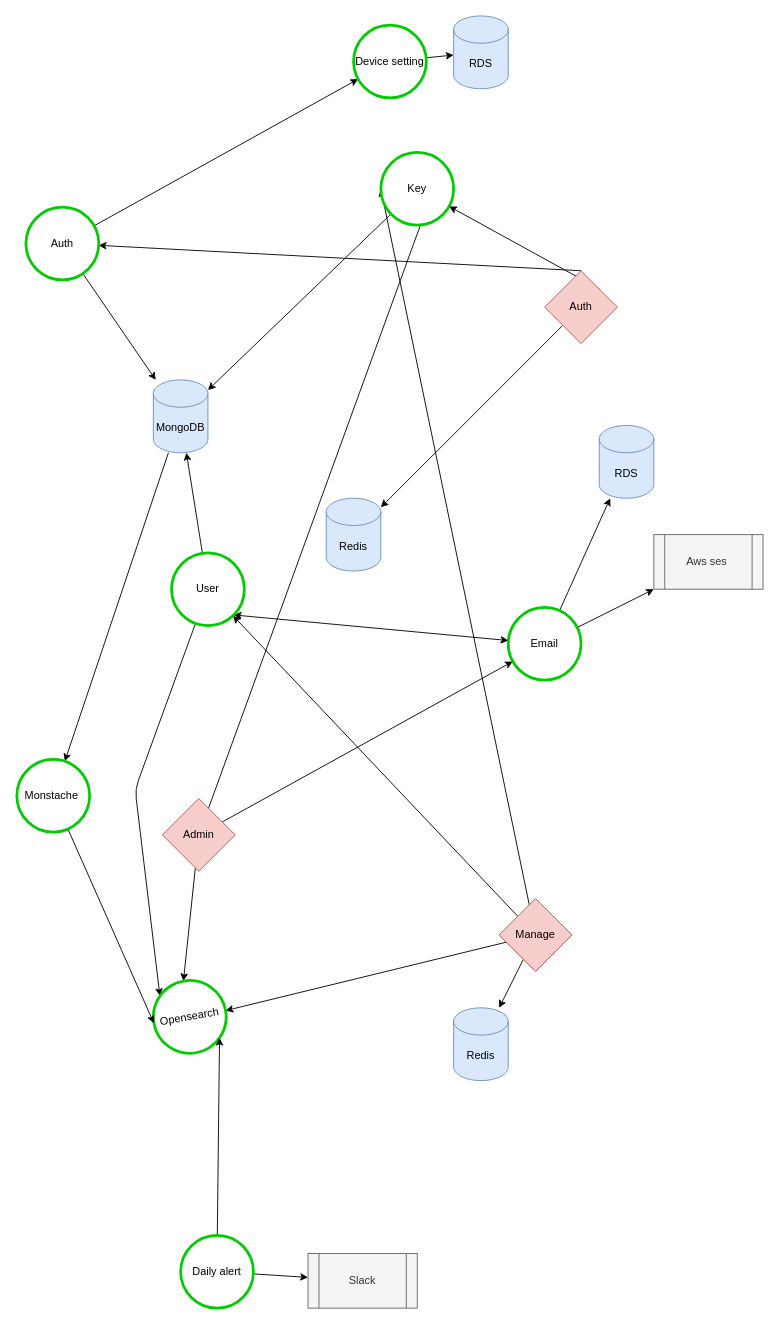
Before: Strangler architecture.drawio in code-xhyun/draw.io, a draw.io diagram. Source tidied: cells renumbered, new cells numbered last; positions are measured from the earlier drawing's top-left corner, leaving out a move shared by most shapes. Both pictures are drawn from the tidied source at 91%, with x=0, y=0 at pixel (16, 15).
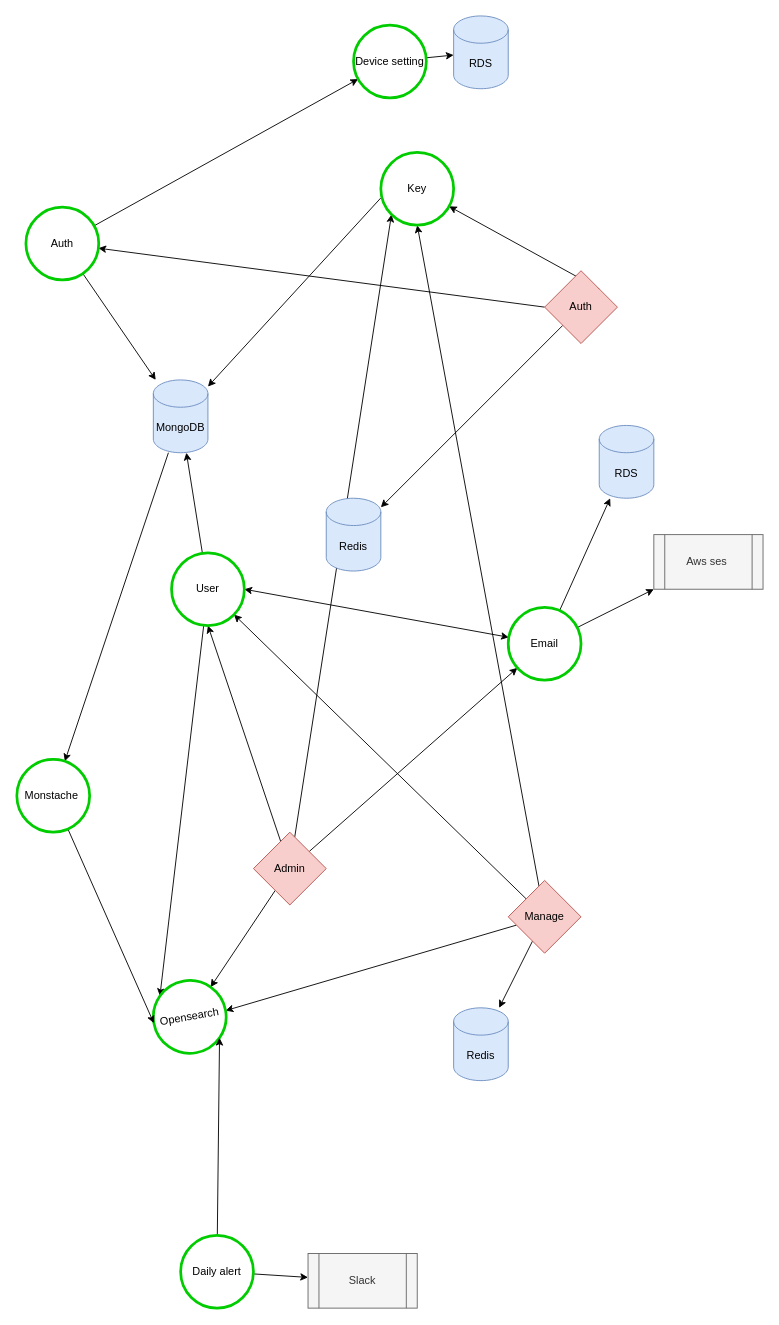
The same page after the edit.

The change refers to these unchanged cells:
```xml
<mxCell id="14" value="Auth" style="rhombus;whiteSpace=wrap;html=1;direction=west;rotation=0;fillColor=#f8cecc;strokeColor=#b85450;" parent="1" vertex="1">
  <mxGeometry x="580" y="280" width="80" height="80" as="geometry" />
</mxCell>
<mxCell id="18" value="Email" style="ellipse;whiteSpace=wrap;html=1;strokeColor=#00CC00;strokeWidth=3;" parent="1" vertex="1">
  <mxGeometry x="540" y="650" width="80" height="80" as="geometry" />
</mxCell>
<mxCell id="22" value="User" style="ellipse;whiteSpace=wrap;html=1;strokeColor=#00CC00;strokeWidth=3;" parent="1" vertex="1">
  <mxGeometry x="170" y="590" width="80" height="80" as="geometry" />
</mxCell>
<mxCell id="24" value="Key" style="ellipse;whiteSpace=wrap;html=1;direction=south;strokeColor=#00CC00;strokeWidth=3;" parent="1" vertex="1">
  <mxGeometry x="400" y="150" width="80" height="80" as="geometry" />
</mxCell>
<mxCell id="27" value="Auth" style="ellipse;whiteSpace=wrap;html=1;strokeColor=#00CC00;strokeWidth=3;" parent="1" vertex="1">
  <mxGeometry x="10" y="210" width="80" height="80" as="geometry" />
</mxCell>
<mxCell id="29" value="MongoDB" style="shape=cylinder3;whiteSpace=wrap;html=1;boundedLbl=1;backgroundOutline=1;size=15;fillColor=#dae8fc;strokeColor=#6c8ebf;" parent="1" vertex="1">
  <mxGeometry x="150" y="400" width="60" height="80" as="geometry" />
</mxCell>
<mxCell id="30" value="Opensearch" style="ellipse;whiteSpace=wrap;html=1;rotation=-10;strokeColor=#00CC00;strokeWidth=3;" parent="1" vertex="1">
  <mxGeometry x="150" y="1060" width="80" height="80" as="geometry" />
</mxCell>
```

Change to the diagram source:
```diff
@@
-    <mxCell id="3" style="rounded=0;jettySize=auto;html=1;entryX=0.5;entryY=0;entryDx=0;entryDy=0;elbow=vertical;" parent="1" edge="1" source="5" target="30">
+    <mxCell id="3" style="rounded=0;jettySize=auto;html=1;entryX=1;entryY=0;entryDx=0;entryDy=0;elbow=vertical;" parent="1" edge="1" source="5" target="30">
       <mxGeometry relative="1" as="geometry" />
     </mxCell>
-    <mxCell id="4" style="rounded=0;jettySize=auto;html=1;entryX=0;entryY=0;entryDx=0;entryDy=0;" parent="1" edge="1" source="5" target="24">
+    <mxCell id="4" style="rounded=0;jettySize=auto;html=1;entryX=1;entryY=1;entryDx=0;entryDy=0;" parent="1" edge="1" source="5" target="24">
       <mxGeometry relative="1" as="geometry" />
     </mxCell>
+    <mxCell id="43" style="edgeStyle=none;jettySize=auto;html=1;entryX=0.5;entryY=1;entryDx=0;entryDy=0;startArrow=none;startFill=0;elbow=vertical;" parent="1" edge="1" source="5" target="22">
+      <mxGeometry relative="1" as="geometry" />
+    </mxCell>
     <mxCell id="5" value="Admin" style="rhombus;whiteSpace=wrap;html=1;fillColor=#f8cecc;strokeColor=#b85450;" parent="1" vertex="1">
-      <mxGeometry x="160" y="860" width="80" height="80" as="geometry" />
+      <mxGeometry x="260" y="897" width="80" height="80" as="geometry" />
     </mxCell>
@@
-    <mxCell id="7" style="edgeStyle=none;jettySize=auto;html=1;entryX=0.5;entryY=1;entryDx=0;entryDy=0;startArrow=none;startFill=0;elbow=vertical;" parent="1" edge="1" source="10" target="24">
+    <mxCell id="7" style="edgeStyle=none;jettySize=auto;html=1;entryX=1;entryY=0.5;entryDx=0;entryDy=0;startArrow=none;startFill=0;elbow=vertical;" parent="1" edge="1" source="10" target="24">
       <mxGeometry relative="1" as="geometry" />
     </mxCell>
@@
     <mxCell id="10" value="Manage" style="rhombus;whiteSpace=wrap;html=1;fillColor=#f8cecc;strokeColor=#b85450;" parent="1" vertex="1">
-      <mxGeometry x="530" y="970" width="80" height="80" as="geometry" />
+      <mxGeometry x="540" y="950" width="80" height="80" as="geometry" />
     </mxCell>
@@
-    <mxCell id="12" style="rounded=0;jettySize=auto;html=1;exitX=0.5;exitY=1;exitDx=0;exitDy=0;exitPerimeter=0;" parent="1" edge="1" source="14" target="27">
+    <mxCell id="12" style="rounded=0;jettySize=auto;html=1;exitX=1;exitY=0.5;exitDx=0;exitDy=0;" parent="1" edge="1" source="14" target="27">
       <mxGeometry relative="1" as="geometry" />
     </mxCell>
@@
-    <mxCell id="16" style="rounded=0;jettySize=auto;html=1;entryX=1;entryY=1;entryDx=0;entryDy=0;startArrow=classic;startFill=1;" parent="1" edge="1" source="18" target="22">
+    <mxCell id="16" style="rounded=0;jettySize=auto;html=1;entryX=1;entryY=0.5;entryDx=0;entryDy=0;startArrow=classic;startFill=1;" parent="1" edge="1" source="18" target="22">
       <mxGeometry relative="1" as="geometry" />
     </mxCell>
@@
     <mxCell id="21" style="edgeStyle=none;jettySize=auto;html=1;entryX=0;entryY=0;entryDx=0;entryDy=0;startArrow=none;startFill=0;elbow=vertical;" parent="1" edge="1" source="22" target="30">
-      <mxGeometry relative="1" as="geometry">
-        <Array as="points">
-          <mxPoint x="130" y="850" />
-        </Array>
-      </mxGeometry>
+      <mxGeometry relative="1" as="geometry" />
     </mxCell>
@@
-    <mxCell id="23" style="rounded=0;jettySize=auto;html=1;" parent="1" edge="1" source="24" target="29">
+    <mxCell id="23" style="rounded=0;jettySize=auto;html=1;exitX=0.625;exitY=1;exitDx=0;exitDy=0;exitPerimeter=0;" parent="1" edge="1" source="24" target="29">
       <mxGeometry relative="1" as="geometry" />
     </mxCell>
```
